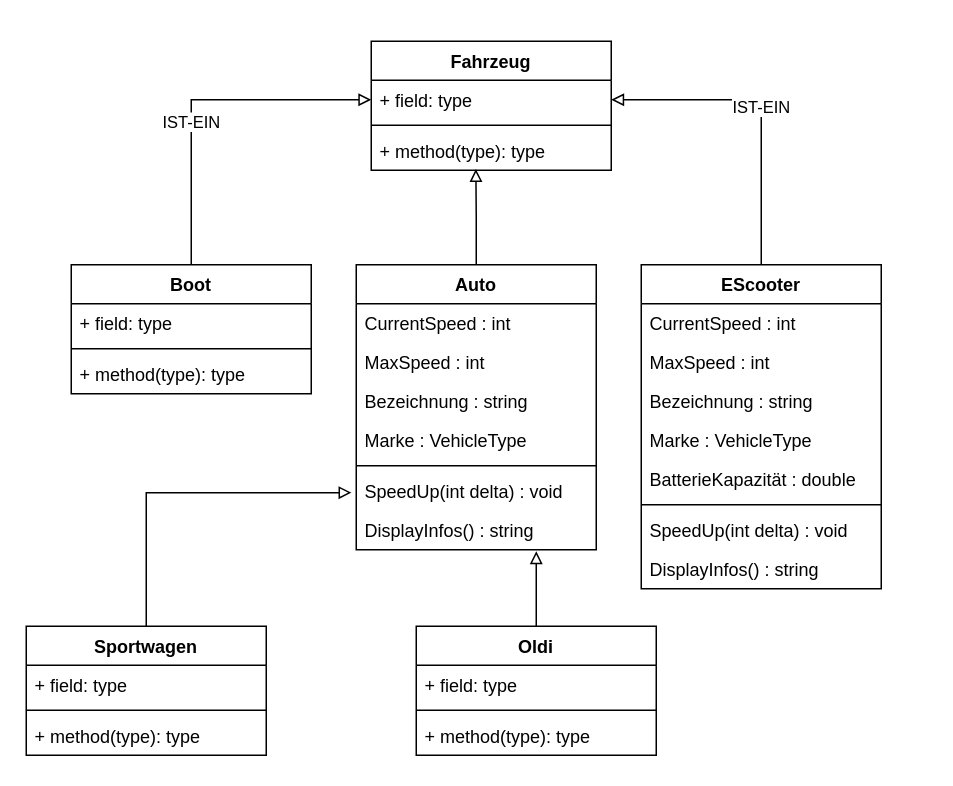
atillakati/sw_developer_2021_Trainer keeps this draw.io diagram as src/20211110/images/AngabeAutoKlasse.drawio. Above is the earlier version. Source tidied: cells renumbered, new cells numbered last; positions are measured from the earlier drawing's top-left corner, leaving out a move shared by most shapes. Both pictures are drawn from the tidied source at 150%, with x=0, y=0 at pixel (26, 40).
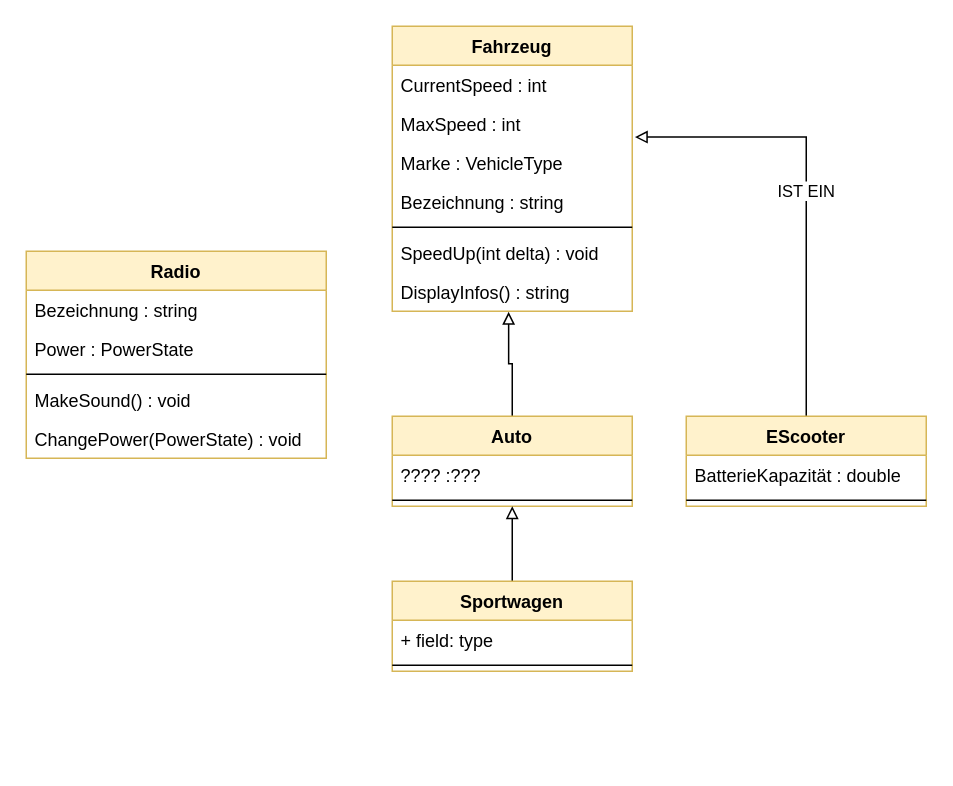
After the change.

Diff of the diagram source:
```diff
@@
-    <mxCell id="2" style="edgeStyle=orthogonalEdgeStyle;rounded=0;jettySize=auto;html=1;entryX=0.436;entryY=0.971;entryDx=0;entryDy=0;entryPerimeter=0;endArrow=block;endFill=0;" parent="1" edge="1" source="3" target="29">
-      <mxGeometry relative="1" as="geometry" />
-    </mxCell>
+    <mxCell id="40" style="edgeStyle=orthogonalEdgeStyle;rounded=0;jettySize=auto;html=1;entryX=0.485;entryY=1.016;entryDx=0;entryDy=0;entryPerimeter=0;endArrow=block;endFill=0;" parent="1" edge="1" source="3" target="10">
+      <mxGeometry relative="1" as="geometry" />
+    </mxCell>
-    <mxCell id="3" value="Auto" style="swimlane;fontStyle=1;align=center;verticalAlign=top;horizontal=1;startSize=26;" parent="1" vertex="1">
-      <mxGeometry x="220" y="149" width="160" height="190" as="geometry" />
+    <mxCell id="3" value="Auto" style="swimlane;fontStyle=1;align=center;verticalAlign=top;horizontal=1;startSize=26;fillColor=#fff2cc;strokeColor=#d6b656;" parent="1" vertex="1">
+      <mxGeometry x="244" y="250" width="160" height="60" as="geometry" />
     </mxCell>
+    <mxCell id="41" value="???? :???" style="text;strokeColor=none;fillColor=none;align=left;verticalAlign=top;spacingLeft=4;spacingRight=4;overflow=hidden;" parent="3" vertex="1">
+      <mxGeometry y="26" width="160" height="26" as="geometry" />
+    </mxCell>
+    <mxCell id="8" style="line;strokeWidth=1;fillColor=none;align=left;verticalAlign=middle;spacingTop=-1;spacingLeft=3;spacingRight=3;labelPosition=right;" parent="3" vertex="1">
+      <mxGeometry y="52" width="160" height="8" as="geometry" />
+    </mxCell>
+    <mxCell id="42" value="IST EIN" style="edgeStyle=orthogonalEdgeStyle;rounded=0;jettySize=auto;html=1;entryX=1.011;entryY=0.841;entryDx=0;entryDy=0;entryPerimeter=0;endArrow=block;endFill=0;" parent="1" edge="1" source="12" target="5">
+      <mxGeometry relative="1" as="geometry" />
+    </mxCell>
+    <mxCell id="12" value="EScooter" style="swimlane;fontStyle=1;align=center;verticalAlign=top;horizontal=1;startSize=26;fillColor=#fff2cc;strokeColor=#d6b656;" parent="1" vertex="1">
+      <mxGeometry x="440" y="250" width="160" height="60" as="geometry" />
+    </mxCell>
+    <mxCell id="17" value="BatterieKapazität : double" style="text;strokeColor=none;fillColor=none;align=left;verticalAlign=top;spacingLeft=4;spacingRight=4;overflow=hidden;" parent="12" vertex="1">
+      <mxGeometry y="26" width="160" height="26" as="geometry" />
+    </mxCell>
+    <mxCell id="18" style="line;strokeWidth=1;fillColor=none;align=left;verticalAlign=middle;spacingTop=-1;spacingLeft=3;spacingRight=3;labelPosition=right;" parent="12" vertex="1">
+      <mxGeometry y="52" width="160" height="8" as="geometry" />
+    </mxCell>
+    <mxCell id="26" value="Fahrzeug" style="swimlane;fontStyle=1;align=center;verticalAlign=top;horizontal=1;startSize=26;fillColor=#fff2cc;strokeColor=#d6b656;" parent="1" vertex="1">
+      <mxGeometry x="244" y="-10" width="160" height="190" as="geometry" />
+    </mxCell>
-    <mxCell id="4" value="CurrentSpeed : int" style="text;strokeColor=none;fillColor=none;align=left;verticalAlign=top;spacingLeft=4;spacingRight=4;overflow=hidden;" parent="3" vertex="1">
+    <mxCell id="4" value="CurrentSpeed : int" style="text;strokeColor=none;fillColor=none;align=left;verticalAlign=top;spacingLeft=4;spacingRight=4;overflow=hidden;" parent="26" vertex="1">
       <mxGeometry y="26" width="160" height="26" as="geometry" />
     </mxCell>
-    <mxCell id="5" value="MaxSpeed : int" style="text;strokeColor=none;fillColor=none;align=left;verticalAlign=top;spacingLeft=4;spacingRight=4;overflow=hidden;points=[[0,0.5],[1,0.5]];portConstraint=eastwest;" parent="3" vertex="1">
+    <mxCell id="5" value="MaxSpeed : int" style="text;strokeColor=none;fillColor=none;align=left;verticalAlign=top;spacingLeft=4;spacingRight=4;overflow=hidden;points=[[0,0.5],[1,0.5]];portConstraint=eastwest;" parent="26" vertex="1">
       <mxGeometry y="52" width="160" height="26" as="geometry" />
     </mxCell>
+    <mxCell id="7" value="Marke : VehicleType " style="text;strokeColor=none;fillColor=none;align=left;verticalAlign=top;spacingLeft=4;spacingRight=4;overflow=hidden;" parent="26" vertex="1">
+      <mxGeometry y="78" width="160" height="26" as="geometry" />
+    </mxCell>
-    <mxCell id="6" value="Bezeichnung : string" style="text;strokeColor=none;fillColor=none;align=left;verticalAlign=top;spacingLeft=4;spacingRight=4;overflow=hidden;" parent="3" vertex="1">
-      <mxGeometry y="78" width="160" height="26" as="geometry" />
+    <mxCell id="6" value="Bezeichnung : string" style="text;strokeColor=none;fillColor=none;align=left;verticalAlign=top;spacingLeft=4;spacingRight=4;overflow=hidden;" parent="26" vertex="1">
+      <mxGeometry y="104" width="160" height="26" as="geometry" />
     </mxCell>
-    <mxCell id="7" value="Marke : VehicleType " style="text;strokeColor=none;fillColor=none;align=left;verticalAlign=top;spacingLeft=4;spacingRight=4;overflow=hidden;" parent="3" vertex="1">
-      <mxGeometry y="104" width="160" height="26" as="geometry" />
-    </mxCell>
-    <mxCell id="8" style="line;strokeWidth=1;fillColor=none;align=left;verticalAlign=middle;spacingTop=-1;spacingLeft=3;spacingRight=3;labelPosition=right;" parent="3" vertex="1">
-      <mxGeometry y="130" width="160" height="8" as="geometry" />
-    </mxCell>
+    <mxCell id="28" style="line;strokeWidth=1;fillColor=none;align=left;verticalAlign=middle;spacingTop=-1;spacingLeft=3;spacingRight=3;labelPosition=right;" parent="26" vertex="1">
+      <mxGeometry y="130" width="160" height="8" as="geometry" />
+    </mxCell>
-    <mxCell id="9" value="SpeedUp(int delta) : void" style="text;strokeColor=none;fillColor=none;align=left;verticalAlign=top;spacingLeft=4;spacingRight=4;overflow=hidden;points=[[0,0.5],[1,0.5]];portConstraint=eastwest;" parent="3" vertex="1">
+    <mxCell id="9" value="SpeedUp(int delta) : void" style="text;strokeColor=none;fillColor=none;align=left;verticalAlign=top;spacingLeft=4;spacingRight=4;overflow=hidden;points=[[0,0.5],[1,0.5]];portConstraint=eastwest;" parent="26" vertex="1">
       <mxGeometry y="138" width="160" height="26" as="geometry" />
     </mxCell>
-    <mxCell id="10" value="DisplayInfos() : string" style="text;strokeColor=none;fillColor=none;align=left;verticalAlign=top;spacingLeft=4;spacingRight=4;overflow=hidden;points=[[0,0.5],[1,0.5]];portConstraint=eastwest;" parent="3" vertex="1">
+    <mxCell id="10" value="DisplayInfos() : string" style="text;strokeColor=none;fillColor=none;align=left;verticalAlign=top;spacingLeft=4;spacingRight=4;overflow=hidden;points=[[0,0.5],[1,0.5]];portConstraint=eastwest;" parent="26" vertex="1">
       <mxGeometry y="164" width="160" height="26" as="geometry" />
     </mxCell>
-    <mxCell id="11" value="IST-EIN" style="edgeStyle=orthogonalEdgeStyle;rounded=0;jettySize=auto;html=1;entryX=1;entryY=0.5;entryDx=0;entryDy=0;endArrow=block;endFill=0;" parent="1" edge="1" source="12" target="27">
-      <mxGeometry relative="1" as="geometry" />
-    </mxCell>
-    <mxCell id="12" value="EScooter" style="swimlane;fontStyle=1;align=center;verticalAlign=top;horizontal=1;startSize=26;" parent="1" vertex="1">
-      <mxGeometry x="410" y="149" width="160" height="216" as="geometry" />
-    </mxCell>
-    <mxCell id="13" value="CurrentSpeed : int" style="text;strokeColor=none;fillColor=none;align=left;verticalAlign=top;spacingLeft=4;spacingRight=4;overflow=hidden;" parent="12" vertex="1">
-      <mxGeometry y="26" width="160" height="26" as="geometry" />
-    </mxCell>
-    <mxCell id="14" value="MaxSpeed : int" style="text;strokeColor=none;fillColor=none;align=left;verticalAlign=top;spacingLeft=4;spacingRight=4;overflow=hidden;" parent="12" vertex="1">
-      <mxGeometry y="52" width="160" height="26" as="geometry" />
-    </mxCell>
-    <mxCell id="15" value="Bezeichnung : string" style="text;strokeColor=none;fillColor=none;align=left;verticalAlign=top;spacingLeft=4;spacingRight=4;overflow=hidden;" parent="12" vertex="1">
-      <mxGeometry y="78" width="160" height="26" as="geometry" />
-    </mxCell>
-    <mxCell id="16" value="Marke : VehicleType " style="text;strokeColor=none;fillColor=none;align=left;verticalAlign=top;spacingLeft=4;spacingRight=4;overflow=hidden;" parent="12" vertex="1">
-      <mxGeometry y="104" width="160" height="26" as="geometry" />
-    </mxCell>
-    <mxCell id="17" value="BatterieKapazität : double" style="text;strokeColor=none;fillColor=none;align=left;verticalAlign=top;spacingLeft=4;spacingRight=4;overflow=hidden;" parent="12" vertex="1">
-      <mxGeometry y="130" width="160" height="26" as="geometry" />
-    </mxCell>
-    <mxCell id="18" style="line;strokeWidth=1;fillColor=none;align=left;verticalAlign=middle;spacingTop=-1;spacingLeft=3;spacingRight=3;labelPosition=right;" parent="12" vertex="1">
-      <mxGeometry y="156" width="160" height="8" as="geometry" />
-    </mxCell>
-    <mxCell id="19" value="SpeedUp(int delta) : void" style="text;strokeColor=none;fillColor=none;align=left;verticalAlign=top;spacingLeft=4;spacingRight=4;overflow=hidden;" parent="12" vertex="1">
-      <mxGeometry y="164" width="160" height="26" as="geometry" />
-    </mxCell>
-    <mxCell id="20" value="DisplayInfos() : string" style="text;strokeColor=none;fillColor=none;align=left;verticalAlign=top;spacingLeft=4;spacingRight=4;overflow=hidden;" parent="12" vertex="1">
-      <mxGeometry y="190" width="160" height="26" as="geometry" />
-    </mxCell>
-    <mxCell id="21" value="IST-EIN" style="edgeStyle=orthogonalEdgeStyle;rounded=0;jettySize=auto;html=1;entryX=0;entryY=0.5;entryDx=0;entryDy=0;endArrow=block;endFill=0;" parent="1" edge="1" source="22" target="27">
-      <mxGeometry x="-0.17" relative="1" as="geometry" />
-    </mxCell>
-    <mxCell id="22" value="Boot" style="swimlane;fontStyle=1;align=center;verticalAlign=top;horizontal=1;startSize=26;" parent="1" vertex="1">
-      <mxGeometry x="30" y="149" width="160" height="86" as="geometry" />
-    </mxCell>
-    <mxCell id="23" value="+ field: type" style="text;strokeColor=none;fillColor=none;align=left;verticalAlign=top;spacingLeft=4;spacingRight=4;overflow=hidden;" parent="22" vertex="1">
-      <mxGeometry y="26" width="160" height="26" as="geometry" />
-    </mxCell>
-    <mxCell id="24" style="line;strokeWidth=1;fillColor=none;align=left;verticalAlign=middle;spacingTop=-1;spacingLeft=3;spacingRight=3;labelPosition=right;" parent="22" vertex="1">
-      <mxGeometry y="52" width="160" height="8" as="geometry" />
-    </mxCell>
-    <mxCell id="25" value="+ method(type): type" style="text;strokeColor=none;fillColor=none;align=left;verticalAlign=top;spacingLeft=4;spacingRight=4;overflow=hidden;" parent="22" vertex="1">
-      <mxGeometry y="60" width="160" height="26" as="geometry" />
-    </mxCell>
-    <mxCell id="26" value="Fahrzeug" style="swimlane;fontStyle=1;align=center;verticalAlign=top;horizontal=1;startSize=26;" parent="1" vertex="1">
-      <mxGeometry x="230" width="160" height="86" as="geometry" />
-    </mxCell>
-    <mxCell id="27" value="+ field: type" style="text;strokeColor=none;fillColor=none;align=left;verticalAlign=top;spacingLeft=4;spacingRight=4;overflow=hidden;points=[[0,0.5],[1,0.5]];portConstraint=eastwest;" parent="26" vertex="1">
-      <mxGeometry y="26" width="160" height="26" as="geometry" />
-    </mxCell>
-    <mxCell id="28" style="line;strokeWidth=1;fillColor=none;align=left;verticalAlign=middle;spacingTop=-1;spacingLeft=3;spacingRight=3;labelPosition=right;" parent="26" vertex="1">
-      <mxGeometry y="52" width="160" height="8" as="geometry" />
-    </mxCell>
-    <mxCell id="29" value="+ method(type): type" style="text;strokeColor=none;fillColor=none;align=left;verticalAlign=top;spacingLeft=4;spacingRight=4;overflow=hidden;points=[[0,0.5],[1,0.5]];portConstraint=eastwest;" parent="26" vertex="1">
-      <mxGeometry y="60" width="160" height="26" as="geometry" />
-    </mxCell>
-    <mxCell id="30" style="edgeStyle=orthogonalEdgeStyle;rounded=0;jettySize=auto;html=1;entryX=-0.02;entryY=0.537;entryDx=0;entryDy=0;entryPerimeter=0;endArrow=block;endFill=0;" parent="1" edge="1" source="31" target="9">
-      <mxGeometry relative="1" as="geometry" />
-    </mxCell>
+    <mxCell id="43" style="edgeStyle=orthogonalEdgeStyle;rounded=0;jettySize=auto;html=1;endArrow=block;endFill=0;" parent="1" edge="1" source="31" target="3">
+      <mxGeometry relative="1" as="geometry" />
+    </mxCell>
-    <mxCell id="31" value="Sportwagen" style="swimlane;fontStyle=1;align=center;verticalAlign=top;horizontal=1;startSize=26;" parent="1" vertex="1">
-      <mxGeometry y="390" width="160" height="86" as="geometry" />
+    <mxCell id="31" value="Sportwagen" style="swimlane;fontStyle=1;align=center;verticalAlign=top;horizontal=1;startSize=26;fillColor=#fff2cc;strokeColor=#d6b656;" parent="1" vertex="1">
+      <mxGeometry x="244" y="360" width="160" height="60" as="geometry" />
     </mxCell>
@@
-    <mxCell id="34" value="+ method(type): type" style="text;strokeColor=none;fillColor=none;align=left;verticalAlign=top;spacingLeft=4;spacingRight=4;overflow=hidden;" parent="31" vertex="1">
-      <mxGeometry y="60" width="160" height="26" as="geometry" />
-    </mxCell>
-    <mxCell id="35" style="edgeStyle=orthogonalEdgeStyle;rounded=0;jettySize=auto;html=1;entryX=0.75;entryY=1.038;entryDx=0;entryDy=0;entryPerimeter=0;endArrow=block;endFill=0;" parent="1" edge="1" source="36" target="10">
-      <mxGeometry relative="1" as="geometry" />
-    </mxCell>
-    <mxCell id="36" value="Oldi" style="swimlane;fontStyle=1;align=center;verticalAlign=top;horizontal=1;startSize=26;" parent="1" vertex="1">
-      <mxGeometry x="260" y="390" width="160" height="86" as="geometry" />
-    </mxCell>
-    <mxCell id="37" value="+ field: type" style="text;strokeColor=none;fillColor=none;align=left;verticalAlign=top;spacingLeft=4;spacingRight=4;overflow=hidden;" parent="36" vertex="1">
-      <mxGeometry y="26" width="160" height="26" as="geometry" />
-    </mxCell>
-    <mxCell id="38" style="line;strokeWidth=1;fillColor=none;align=left;verticalAlign=middle;spacingTop=-1;spacingLeft=3;spacingRight=3;labelPosition=right;" parent="36" vertex="1">
-      <mxGeometry y="52" width="160" height="8" as="geometry" />
-    </mxCell>
-    <mxCell id="39" value="+ method(type): type" style="text;strokeColor=none;fillColor=none;align=left;verticalAlign=top;spacingLeft=4;spacingRight=4;overflow=hidden;" parent="36" vertex="1">
-      <mxGeometry y="60" width="160" height="26" as="geometry" />
-    </mxCell>
+    <mxCell id="44" value="Radio" style="swimlane;fontStyle=1;align=center;verticalAlign=top;horizontal=1;startSize=26;fillColor=#fff2cc;strokeColor=#d6b656;" parent="1" vertex="1">
+      <mxGeometry y="140" width="200" height="138" as="geometry" />
+    </mxCell>
+    <mxCell id="15" value="Bezeichnung : string" style="text;strokeColor=none;fillColor=none;align=left;verticalAlign=top;spacingLeft=4;spacingRight=4;overflow=hidden;" parent="44" vertex="1">
+      <mxGeometry y="26" width="200" height="26" as="geometry" />
+    </mxCell>
+    <mxCell id="45" value="Power : PowerState" style="text;strokeColor=none;fillColor=none;align=left;verticalAlign=top;spacingLeft=4;spacingRight=4;overflow=hidden;" parent="44" vertex="1">
+      <mxGeometry y="52" width="200" height="26" as="geometry" />
+    </mxCell>
+    <mxCell id="46" style="line;strokeWidth=1;fillColor=none;align=left;verticalAlign=middle;spacingTop=-1;spacingLeft=3;spacingRight=3;labelPosition=right;" parent="44" vertex="1">
+      <mxGeometry y="78" width="200" height="8" as="geometry" />
+    </mxCell>
+    <mxCell id="47" value="MakeSound() : void" style="text;strokeColor=none;fillColor=none;align=left;verticalAlign=top;spacingLeft=4;spacingRight=4;overflow=hidden;" parent="44" vertex="1">
+      <mxGeometry y="86" width="200" height="26" as="geometry" />
+    </mxCell>
+    <mxCell id="48" value="ChangePower(PowerState) : void" style="text;strokeColor=none;fillColor=none;align=left;verticalAlign=top;spacingLeft=4;spacingRight=4;overflow=hidden;" parent="44" vertex="1">
+      <mxGeometry y="112" width="200" height="26" as="geometry" />
+    </mxCell>
```
